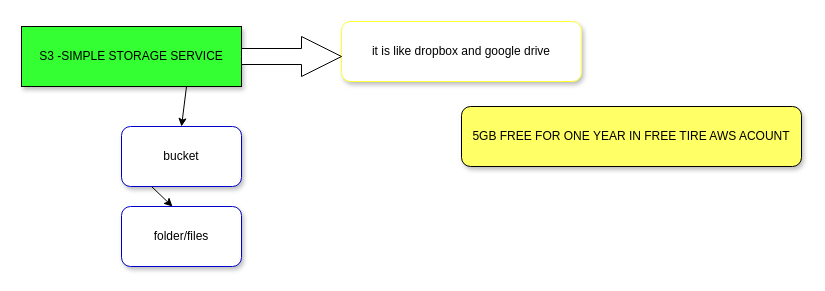
ashisnishanka/AWS keeps this draw.io diagram as S3.drawio. Above is the earlier version. Source tidied: cells renumbered, new cells numbered last; positions are measured from the earlier drawing's top-left corner, leaving out a move shared by most shapes. Both pictures are drawn from the tidied source at 100%, with x=0, y=0 at pixel (21, 21).
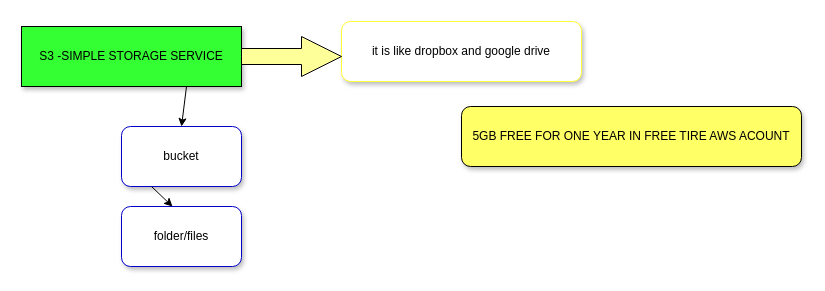
After the change.

Diff of the diagram source:
```diff
@@
 <mxGraphModel>
   <root>
     <mxCell id="0" />
     <mxCell id="1" parent="0" />
     <mxCell id="2" value="S3 -SIMPLE STORAGE SERVICE" style="rounded=0;whiteSpace=wrap;html=1;shadow=1;fillColor=#33FF33;" parent="1" vertex="1">
       <mxGeometry y="5" width="220" height="60" as="geometry" />
     </mxCell>
     <mxCell id="3" value="it is like dropbox and google drive" style="rounded=1;whiteSpace=wrap;html=1;shadow=1;strokeColor=#FFFF33;" parent="1" vertex="1">
       <mxGeometry x="320" width="240" height="60" as="geometry" />
     </mxCell>
     <mxCell id="4" value="bucket" style="rounded=1;whiteSpace=wrap;html=1;shadow=1;strokeColor=#0000CC;" parent="1" vertex="1">
       <mxGeometry x="100" y="105" width="120" height="60" as="geometry" />
     </mxCell>
     <mxCell id="5" value="folder/files" style="rounded=1;whiteSpace=wrap;html=1;shadow=1;strokeColor=#0000CC;" parent="1" vertex="1">
       <mxGeometry x="100" y="185" width="120" height="60" as="geometry" />
     </mxCell>
     <mxCell id="6" style="endArrow=classic;html=1;entryX=0.5;entryY=0;entryDx=0;entryDy=0;exitX=0.75;exitY=1;exitDx=0;exitDy=0;" parent="1" edge="1" source="2" target="4">
       <mxGeometry relative="1" as="geometry" />
     </mxCell>
     <mxCell id="7" style="endArrow=classic;html=1;exitX=0.25;exitY=1;exitDx=0;exitDy=0;entryX=0.425;entryY=0;entryDx=0;entryDy=0;entryPerimeter=0;" parent="1" edge="1" source="4" target="5">
       <mxGeometry relative="1" as="geometry" />
     </mxCell>
-    <mxCell id="8" style="html=1;shadow=0;dashed=0;align=center;verticalAlign=middle;shape=mxgraph.arrows2.arrow;dy=0.6;dx=40;notch=0;" parent="1" vertex="1">
+    <mxCell id="8" style="html=1;shadow=0;dashed=0;align=center;verticalAlign=middle;shape=mxgraph.arrows2.arrow;dy=0.6;dx=40;notch=0;fillColor=#FFFF99;" parent="1" vertex="1">
       <mxGeometry x="220" y="15" width="100" height="40" as="geometry" />
     </mxCell>
     <mxCell id="9" value="5GB FREE FOR ONE YEAR IN FREE TIRE AWS ACOUNT" style="rounded=1;whiteSpace=wrap;html=1;shadow=1;fillColor=#FFFF66;" parent="1" vertex="1">
       <mxGeometry x="440" y="85" width="340" height="60" as="geometry" />
     </mxCell>
   </root>
 </mxGraphModel>
```
